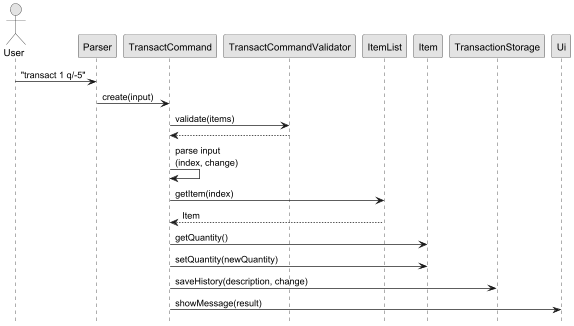
This is docs/diagrams/TransactCommandSequenceDiagram.png from kenpegrasio/tp, a PlantUML export, as it was before one commit.
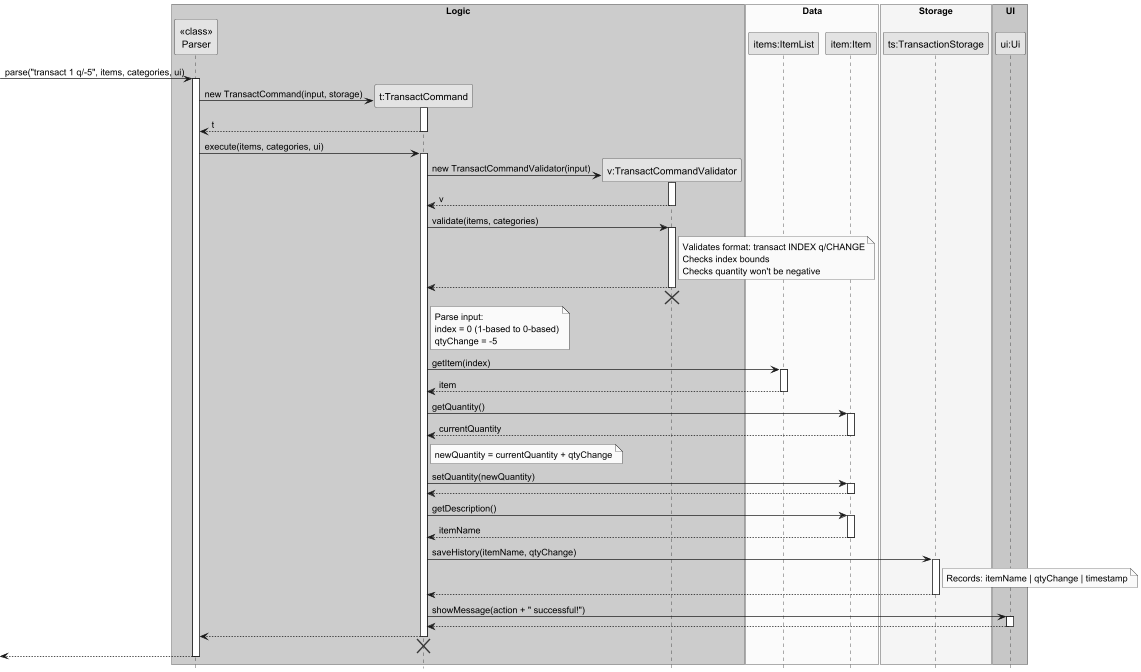
The same file after the commit.

Commit message:
Updated TransactCommandSequenceDiagram for https://github.com/AY2526S2-CS2113-W09-3/tp/issues/103

Diff of the diagram source:
```diff
@@ -1,34 +1,106 @@
 @startuml
 skinparam monochrome true
 skinparam shadowing false
-hide circle
 hide footbox
 
-actor User
-participant Parser
-participant TransactCommand
-participant TransactCommandValidator
-participant ItemList
-participant Item
-participant TransactionStorage
-participant Ui
+box "Logic" #LightBlue
+participant "<<class>>\nParser" as Parser
+participant "t:TransactCommand" as TransactCommand
+participant "v:TransactCommandValidator" as TransactCommandValidator
+end box
 
-User -> Parser: "transact 1 q/-5"
-Parser -> TransactCommand: create(input)
+box "Data" #LightYellow
+participant "items:ItemList" as ItemList
+participant "item:Item" as Item
+end box
 
-TransactCommand -> TransactCommandValidator: validate(items)
+box "Storage" #LightCyan
+participant "ts:TransactionStorage" as TransactionStorage
+end box
+
+box "UI" #LightGreen
+participant "ui:Ui" as Ui
+end box
+
+-> Parser : parse("transact 1 q/-5", items, categories, ui)
+activate Parser
+
+create TransactCommand
+Parser -> TransactCommand : new TransactCommand(input, storage)
+activate TransactCommand
+TransactCommand --> Parser : t
+deactivate TransactCommand
+
+Parser -> TransactCommand : execute(items, categories, ui)
+activate TransactCommand
+
+create TransactCommandValidator
+TransactCommand -> TransactCommandValidator : new TransactCommandValidator(input)
+activate TransactCommandValidator
+TransactCommandValidator --> TransactCommand : v
+deactivate TransactCommandValidator
+
+TransactCommand -> TransactCommandValidator : validate(items, categories)
+activate TransactCommandValidator
+note right of TransactCommandValidator
+  Validates format: transact INDEX q/CHANGE
+  Checks index bounds
+  Checks quantity won't be negative
+end note
 TransactCommandValidator --> TransactCommand
+deactivate TransactCommandValidator
+TransactCommandValidator -[hidden]-> TransactCommand
+destroy TransactCommandValidator
 
-TransactCommand -> TransactCommand: parse input\n(index, change)
+note right of TransactCommand
+  Parse input:
+  index = 0 (1-based to 0-based)
+  qtyChange = -5
+end note
 
-TransactCommand -> ItemList: getItem(index)
-ItemList --> TransactCommand: Item
+TransactCommand -> ItemList : getItem(index)
+activate ItemList
+ItemList --> TransactCommand : item
+deactivate ItemList
 
-TransactCommand -> Item: getQuantity()
-TransactCommand -> Item: setQuantity(newQuantity)
+TransactCommand -> Item : getQuantity()
+activate Item
+Item --> TransactCommand : currentQuantity
+deactivate Item
 
-TransactCommand -> TransactionStorage: saveHistory(description, change)
+note right of TransactCommand
+  newQuantity = currentQuantity + qtyChange
+end note
 
-TransactCommand -> Ui: showMessage(result)
+TransactCommand -> Item : setQuantity(newQuantity)
+activate Item
+Item --> TransactCommand
+deactivate Item
+
+TransactCommand -> Item : getDescription()
+activate Item
+Item --> TransactCommand : itemName
+deactivate Item
+
+TransactCommand -> TransactionStorage : saveHistory(itemName, qtyChange)
+activate TransactionStorage
+note right of TransactionStorage
+  Records: itemName | qtyChange | timestamp
+end note
+TransactionStorage --> TransactCommand
+deactivate TransactionStorage
+
+TransactCommand -> Ui : showMessage(action + " successful!")
+activate Ui
+Ui --> TransactCommand
+deactivate Ui
+
+TransactCommand --> Parser
+deactivate TransactCommand
+TransactCommand -[hidden]-> Parser
+destroy TransactCommand
+
+<-- Parser
+deactivate Parser
 
 @enduml
```
